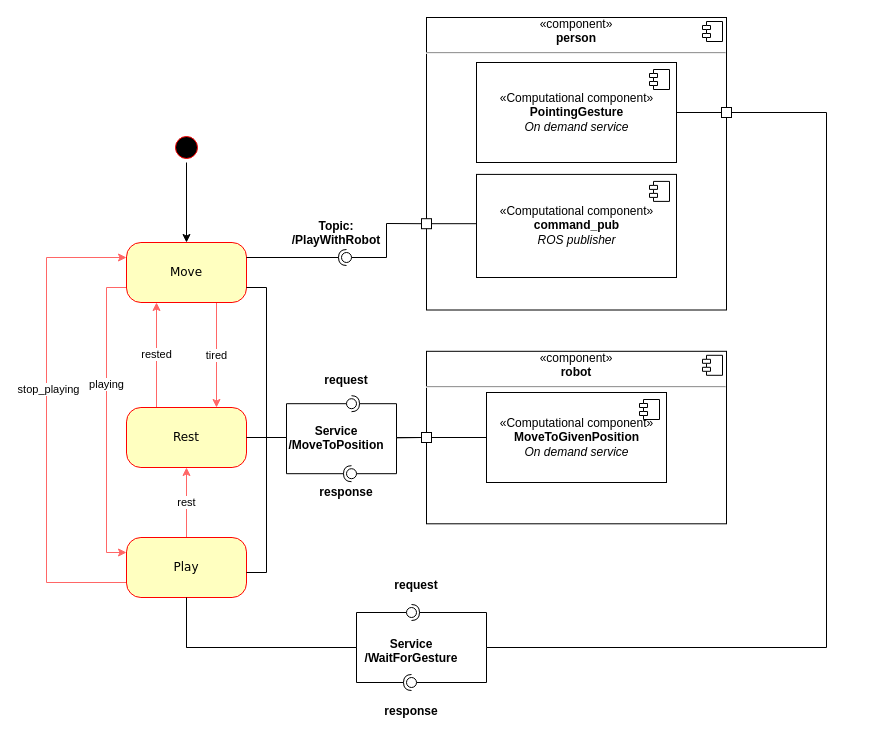
Earlier version of the draw.io diagram draw_io/state_machine.drawio (aGotelli/Andrea_Gotelli_EROLA_Assignment). Source tidied: cells renumbered, new cells numbered last; positions are measured from the earlier drawing's top-left corner, leaving out a move shared by most shapes. Both pictures are drawn from the tidied source at 100%, with x=0, y=0 at pixel (46, 17).
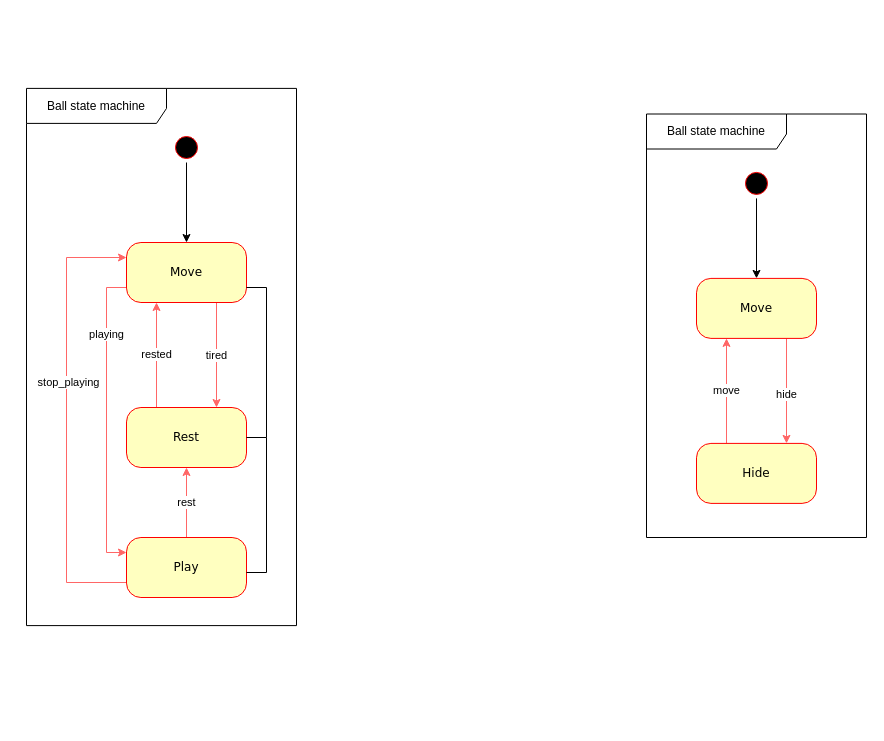
After the change.

The change refers to these unchanged cells:
```xml
<mxCell id="5" style="edgeStyle=orthogonalEdgeStyle;rounded=0;jettySize=auto;html=1;entryX=0;entryY=0.25;entryDx=0;entryDy=0;strokeColor=#FF6666;fontColor=#000000;exitX=0;exitY=0.75;exitDx=0;exitDy=0;" parent="1" edge="1" source="7" target="29">
  <mxGeometry relative="1" as="geometry" />
</mxCell>
<mxCell id="7" value="Move" style="rounded=1;whiteSpace=wrap;html=1;arcSize=24;fillColor=#ffffc0;strokeColor=#ff0000;shadow=0;comic=0;labelBackgroundColor=none;fontFamily=Verdana;fontSize=12;fontColor=#000000;align=center;" parent="1" vertex="1">
  <mxGeometry x="80" y="225" width="120" height="60" as="geometry" />
</mxCell>
<mxCell id="24" value="Rest" style="rounded=1;whiteSpace=wrap;html=1;arcSize=24;fillColor=#ffffc0;strokeColor=#ff0000;shadow=0;comic=0;labelBackgroundColor=none;fontFamily=Verdana;fontSize=12;fontColor=#000000;align=center;" parent="1" vertex="1">
  <mxGeometry x="80" y="390" width="120" height="60" as="geometry" />
</mxCell>
<mxCell id="29" value="Play" style="rounded=1;whiteSpace=wrap;html=1;arcSize=24;fillColor=#ffffc0;strokeColor=#ff0000;shadow=0;comic=0;labelBackgroundColor=none;fontFamily=Verdana;fontSize=12;fontColor=#000000;align=center;" parent="1" vertex="1">
  <mxGeometry x="80" y="520" width="120" height="60" as="geometry" />
</mxCell>
```

Change to the diagram source:
```diff
@@
     <mxCell id="6" value="playing" style="edgeLabel;html=1;align=center;verticalAlign=middle;fontColor=#000000;" parent="5" vertex="1">
-      <mxGeometry x="-0.24" y="-1" relative="1" as="geometry" />
+      <mxGeometry x="-0.24" y="-1" relative="1" as="geometry">
+        <mxPoint y="-49.9" as="offset" />
+      </mxGeometry>
     </mxCell>
@@
-    <mxCell id="8" value="&lt;div style=&quot;text-align: center&quot;&gt;&lt;span&gt;«component»&lt;/span&gt;&lt;/div&gt;&lt;b&gt;&lt;div style=&quot;text-align: center&quot;&gt;robot&lt;/div&gt;&lt;/b&gt;&lt;hr&gt;&lt;p style=&quot;margin: 0px ; margin-left: 8px&quot;&gt;&lt;br&gt;&lt;/p&gt;" style="align=left;overflow=fill;html=1;" parent="1" vertex="1">
-      <mxGeometry x="380" y="333.8" width="300" height="172.5" as="geometry" />
-    </mxCell>
-    <mxCell id="9" style="shape=component;jettyWidth=8;jettyHeight=4;" parent="8" vertex="1">
-      <mxGeometry x="1" width="20" height="20" relative="1" as="geometry">
-        <mxPoint x="-24" y="4" as="offset" />
-      </mxGeometry>
-    </mxCell>
-    <mxCell id="10" value="«Computational component»&lt;br&gt;&lt;font style=&quot;font-size: 12px&quot;&gt;&lt;b&gt;MoveToGivenPosition&lt;/b&gt;&lt;br&gt;&lt;i&gt;On demand service&lt;/i&gt;&lt;br&gt;&lt;/font&gt;" style="html=1;" parent="1" vertex="1">
-      <mxGeometry x="440" y="375" width="180" height="90" as="geometry" />
-    </mxCell>
-    <mxCell id="11" style="shape=module;jettyWidth=8;jettyHeight=4;" parent="10" vertex="1">
-      <mxGeometry x="1" width="20" height="20" relative="1" as="geometry">
-        <mxPoint x="-27" y="7" as="offset" />
-      </mxGeometry>
-    </mxCell>
-    <mxCell id="12" style="rounded=0;whiteSpace=wrap;html=1;" parent="1" vertex="1">
-      <mxGeometry x="375" y="415" width="10" height="10" as="geometry" />
-    </mxCell>
-    <mxCell id="13" style="rounded=0;jettySize=auto;html=1;endArrow=none;endFill=0;exitX=0;exitY=0.5;exitDx=0;exitDy=0;" parent="1" edge="1" source="12" target="15">
-      <mxGeometry relative="1" as="geometry">
-        <Array as="points">
-          <mxPoint x="350" y="420.2" />
-          <mxPoint x="350" y="456.2" />
-        </Array>
-      </mxGeometry>
-    </mxCell>
-    <mxCell id="14" style="rounded=0;jettySize=auto;html=1;endArrow=halfCircle;endFill=0;entryX=0.5;entryY=0.5;entryDx=0;entryDy=0;endSize=6;strokeWidth=1;exitX=1;exitY=0.5;exitDx=0;exitDy=0;" parent="1" edge="1" source="24" target="15">
-      <mxGeometry relative="1" as="geometry">
-        <Array as="points">
-          <mxPoint x="240" y="420" />
-          <mxPoint x="240" y="456.2" />
-        </Array>
-      </mxGeometry>
-    </mxCell>
-    <mxCell id="15" style="ellipse;whiteSpace=wrap;html=1;fontFamily=Helvetica;fontSize=12;fontColor=#000000;align=center;strokeColor=#000000;fillColor=#ffffff;points=[];" parent="1" vertex="1">
-      <mxGeometry x="300" y="451.2" width="10" height="10" as="geometry" />
-    </mxCell>
-    <mxCell id="16" style="line;strokeWidth=1;fillColor=none;align=left;verticalAlign=middle;spacingTop=-1;spacingLeft=3;spacingRight=3;labelPosition=right;" parent="1" vertex="1">
-      <mxGeometry x="385" y="416" width="55" height="8" as="geometry" />
-    </mxCell>
-    <mxCell id="17" value="Service&#10;/MoveToPosition" style="text;align=center;fontStyle=1;verticalAlign=middle;spacingLeft=3;spacingRight=3;strokeColor=none;" parent="1" vertex="1">
-      <mxGeometry x="250" y="407" width="80" height="26" as="geometry" />
-    </mxCell>
-    <mxCell id="18" value="response" style="text;align=center;fontStyle=1;verticalAlign=middle;spacingLeft=3;spacingRight=3;strokeColor=none;fontColor=#000000;" parent="1" vertex="1">
-      <mxGeometry x="260" y="461.2" width="80" height="26" as="geometry" />
-    </mxCell>
-    <mxCell id="19" value="request" style="text;align=center;fontStyle=1;verticalAlign=middle;spacingLeft=3;spacingRight=3;strokeColor=none;fontColor=#000000;" parent="1" vertex="1">
-      <mxGeometry x="260" y="349" width="80" height="26" as="geometry" />
-    </mxCell>
-    <mxCell id="20" style="rounded=0;jettySize=auto;html=1;endArrow=none;endFill=0;fontColor=#000000;exitX=1;exitY=0.5;exitDx=0;exitDy=0;" parent="1" edge="1" source="24" target="22">
-      <mxGeometry relative="1" as="geometry">
-        <Array as="points">
-          <mxPoint x="240" y="420" />
-          <mxPoint x="240" y="386.2" />
-        </Array>
-      </mxGeometry>
-    </mxCell>
-    <mxCell id="21" style="rounded=0;jettySize=auto;html=1;endArrow=halfCircle;endFill=0;entryX=0.5;entryY=0.5;entryDx=0;entryDy=0;endSize=6;strokeWidth=1;fontColor=#000000;exitX=0;exitY=0.5;exitDx=0;exitDy=0;" parent="1" edge="1" source="12" target="22">
-      <mxGeometry relative="1" as="geometry">
-        <Array as="points">
-          <mxPoint x="350" y="420.2" />
-          <mxPoint x="350" y="386.2" />
-        </Array>
-      </mxGeometry>
-    </mxCell>
-    <mxCell id="22" style="ellipse;whiteSpace=wrap;html=1;fontFamily=Helvetica;fontSize=12;fontColor=#000000;align=center;strokeColor=#000000;fillColor=#ffffff;points=[];" parent="1" vertex="1">
-      <mxGeometry x="300" y="381.2" width="10" height="10" as="geometry" />
-    </mxCell>
@@
     <mxCell id="26" style="edgeStyle=orthogonalEdgeStyle;rounded=0;jettySize=auto;html=1;entryX=0;entryY=0.25;entryDx=0;entryDy=0;strokeColor=#FF6666;fontColor=#000000;exitX=0;exitY=0.75;exitDx=0;exitDy=0;" parent="1" edge="1" source="29" target="7">
       <mxGeometry relative="1" as="geometry">
         <Array as="points">
-          <mxPoint y="565" />
-          <mxPoint y="240" />
+          <mxPoint x="20" y="565" />
+          <mxPoint x="20" y="240" />
         </Array>
       </mxGeometry>
     </mxCell>
     <mxCell id="27" value="stop_playing" style="edgeLabel;html=1;align=center;verticalAlign=middle;fontColor=#000000;" parent="26" vertex="1">
-      <mxGeometry x="0.13" y="-1" relative="1" as="geometry" />
+      <mxGeometry x="0.13" y="-1" relative="1" as="geometry">
+        <mxPoint y="-9.7" as="offset" />
+      </mxGeometry>
     </mxCell>
@@
-    <mxCell id="31" style="rounded=0;jettySize=auto;html=1;endArrow=none;endFill=0;fontColor=#000000;exitX=0;exitY=0.5;exitDx=0;exitDy=0;" parent="1" edge="1" source="38" target="33">
-      <mxGeometry relative="1" as="geometry">
-        <Array as="points">
-          <mxPoint x="340" y="206" />
-          <mxPoint x="340" y="240" />
-        </Array>
-      </mxGeometry>
-    </mxCell>
-    <mxCell id="32" style="rounded=0;jettySize=auto;html=1;endArrow=halfCircle;endFill=0;entryX=0.5;entryY=0.5;entryDx=0;entryDy=0;endSize=6;strokeWidth=1;fontColor=#000000;exitX=1;exitY=0.25;exitDx=0;exitDy=0;" parent="1" edge="1" source="7" target="33">
-      <mxGeometry relative="1" as="geometry" />
-    </mxCell>
-    <mxCell id="33" style="ellipse;whiteSpace=wrap;html=1;fontFamily=Helvetica;fontSize=12;fontColor=#000000;align=center;strokeColor=#000000;fillColor=#ffffff;points=[];" parent="1" vertex="1">
-      <mxGeometry x="295" y="235" width="10" height="10" as="geometry" />
-    </mxCell>
-    <mxCell id="34" value="&lt;div style=&quot;text-align: center&quot;&gt;&lt;span&gt;«component»&lt;/span&gt;&lt;/div&gt;&lt;b&gt;&lt;div style=&quot;text-align: center&quot;&gt;person&lt;/div&gt;&lt;/b&gt;&lt;hr&gt;&lt;p style=&quot;margin: 0px ; margin-left: 8px&quot;&gt;&lt;br&gt;&lt;/p&gt;" style="align=left;overflow=fill;html=1;" parent="1" vertex="1">
-      <mxGeometry x="380" width="300" height="292.5" as="geometry" />
-    </mxCell>
-    <mxCell id="35" style="shape=component;jettyWidth=8;jettyHeight=4;" parent="34" vertex="1">
-      <mxGeometry x="1" width="20" height="20" relative="1" as="geometry">
-        <mxPoint x="-24" y="4" as="offset" />
-      </mxGeometry>
-    </mxCell>
-    <mxCell id="36" value="«Computational component»&lt;br&gt;&lt;font&gt;&lt;span&gt;&lt;font style=&quot;font-size: 12px&quot;&gt;&lt;b&gt;command_pub&lt;/b&gt;&lt;/font&gt;&lt;br&gt;&lt;/span&gt;&lt;i&gt;ROS publisher&lt;/i&gt;&lt;br&gt;&lt;/font&gt;" style="html=1;" parent="1" vertex="1">
-      <mxGeometry x="430" y="156.9" width="200" height="103.1" as="geometry" />
-    </mxCell>
-    <mxCell id="37" style="shape=module;jettyWidth=8;jettyHeight=4;" parent="36" vertex="1">
-      <mxGeometry x="1" width="20" height="20" relative="1" as="geometry">
-        <mxPoint x="-27" y="7" as="offset" />
-      </mxGeometry>
-    </mxCell>
-    <mxCell id="38" style="rounded=0;whiteSpace=wrap;html=1;" parent="1" vertex="1">
-      <mxGeometry x="375" y="201.2" width="10" height="10" as="geometry" />
-    </mxCell>
-    <mxCell id="39" style="line;strokeWidth=1;fillColor=none;align=left;verticalAlign=middle;spacingTop=-1;spacingLeft=3;spacingRight=3;labelPosition=right;" parent="1" vertex="1">
-      <mxGeometry x="385" y="202.2" width="45" height="8" as="geometry" />
-    </mxCell>
-    <mxCell id="40" value="Topic:&#10;/PlayWithRobot" style="text;align=center;fontStyle=1;verticalAlign=middle;spacingLeft=3;spacingRight=3;strokeColor=none;fontColor=#000000;" parent="1" vertex="1">
-      <mxGeometry x="250" y="202.2" width="80" height="26" as="geometry" />
-    </mxCell>
-    <mxCell id="41" value="«Computational component»&lt;br&gt;&lt;font style=&quot;font-size: 12px&quot;&gt;&lt;b&gt;PointingGesture&lt;/b&gt;&lt;br&gt;&lt;i&gt;On demand service&lt;/i&gt;&lt;br&gt;&lt;/font&gt;" style="html=1;" parent="1" vertex="1">
-      <mxGeometry x="430" y="45" width="200" height="100" as="geometry" />
-    </mxCell>
-    <mxCell id="42" style="shape=module;jettyWidth=8;jettyHeight=4;" parent="41" vertex="1">
-      <mxGeometry x="1" width="20" height="20" relative="1" as="geometry">
-        <mxPoint x="-27" y="7" as="offset" />
-      </mxGeometry>
-    </mxCell>
-    <mxCell id="43" style="rounded=0;jettySize=auto;html=1;endArrow=none;endFill=0;strokeColor=#000000;fontColor=#000000;" parent="1" edge="1" target="45">
-      <mxGeometry relative="1" as="geometry">
-        <mxPoint x="140" y="630" as="sourcePoint" />
-        <Array as="points">
-          <mxPoint x="310" y="630" />
-          <mxPoint x="310" y="595" />
-        </Array>
-      </mxGeometry>
-    </mxCell>
-    <mxCell id="44" style="rounded=0;jettySize=auto;html=1;endArrow=halfCircle;endFill=0;entryX=0.5;entryY=0.5;entryDx=0;entryDy=0;endSize=6;strokeWidth=1;fontColor=#000000;exitX=1;exitY=0.5;exitDx=0;exitDy=0;" parent="1" edge="1" source="46" target="45">
-      <mxGeometry relative="1" as="geometry">
-        <Array as="points">
-          <mxPoint x="780" y="95" />
-          <mxPoint x="780" y="630" />
-          <mxPoint x="440" y="630" />
-          <mxPoint x="440" y="595" />
-        </Array>
-      </mxGeometry>
-    </mxCell>
-    <mxCell id="45" style="ellipse;whiteSpace=wrap;html=1;fontFamily=Helvetica;fontSize=12;fontColor=#000000;align=center;strokeColor=#000000;fillColor=#ffffff;points=[];" parent="1" vertex="1">
-      <mxGeometry x="360" y="590" width="10" height="10" as="geometry" />
-    </mxCell>
-    <mxCell id="46" style="rounded=0;whiteSpace=wrap;html=1;" parent="1" vertex="1">
-      <mxGeometry x="675" y="90" width="10" height="10" as="geometry" />
-    </mxCell>
-    <mxCell id="47" style="rounded=0;jettySize=auto;html=1;endArrow=none;endFill=0;strokeColor=#000000;fontColor=#000000;entryX=0;entryY=0.5;entryDx=0;entryDy=0;exitX=1;exitY=0.5;exitDx=0;exitDy=0;" parent="1" edge="1" source="41" target="46">
-      <mxGeometry relative="1" as="geometry" />
-    </mxCell>
-    <mxCell id="48" style="rounded=0;jettySize=auto;html=1;endArrow=none;endFill=0;strokeColor=#000000;fontColor=#000000;" parent="1" edge="1" target="50">
-      <mxGeometry relative="1" as="geometry">
-        <mxPoint x="440" y="630" as="sourcePoint" />
-        <Array as="points">
-          <mxPoint x="440" y="665" />
-        </Array>
-      </mxGeometry>
-    </mxCell>
-    <mxCell id="49" style="rounded=0;jettySize=auto;html=1;endArrow=halfCircle;endFill=0;entryX=0.5;entryY=0.5;entryDx=0;entryDy=0;endSize=6;strokeWidth=1;fontColor=#000000;exitX=0.5;exitY=1;exitDx=0;exitDy=0;" parent="1" edge="1" source="29" target="50">
-      <mxGeometry relative="1" as="geometry">
-        <Array as="points">
-          <mxPoint x="140" y="630" />
-          <mxPoint x="310" y="630" />
-          <mxPoint x="310" y="665" />
-        </Array>
-      </mxGeometry>
-    </mxCell>
-    <mxCell id="50" style="ellipse;whiteSpace=wrap;html=1;fontFamily=Helvetica;fontSize=12;fontColor=#000000;align=center;strokeColor=#000000;fillColor=#ffffff;points=[];" parent="1" vertex="1">
-      <mxGeometry x="360" y="660" width="10" height="10" as="geometry" />
-    </mxCell>
-    <mxCell id="51" value="Service&#10;/WaitForGesture" style="text;align=center;fontStyle=1;verticalAlign=middle;spacingLeft=3;spacingRight=3;strokeColor=none;" parent="1" vertex="1">
-      <mxGeometry x="325" y="620" width="80" height="26" as="geometry" />
-    </mxCell>
-    <mxCell id="52" value="request" style="text;align=center;fontStyle=1;verticalAlign=middle;spacingLeft=3;spacingRight=3;strokeColor=none;fontColor=#000000;" parent="1" vertex="1">
-      <mxGeometry x="330" y="554" width="80" height="26" as="geometry" />
-    </mxCell>
-    <mxCell id="53" value="response" style="text;align=center;fontStyle=1;verticalAlign=middle;spacingLeft=3;spacingRight=3;strokeColor=none;fontColor=#000000;" parent="1" vertex="1">
-      <mxGeometry x="325" y="680" width="80" height="26" as="geometry" />
-    </mxCell>
+    <mxCell id="54" value="Ball state machine" style="shape=umlFrame;whiteSpace=wrap;html=1;width=140;height=35;" parent="1" vertex="1">
+      <mxGeometry x="600" y="96.5" width="220" height="423.5" as="geometry" />
+    </mxCell>
+    <mxCell id="55" style="edgeStyle=orthogonalEdgeStyle;rounded=0;jettySize=auto;html=1;entryX=0.5;entryY=0;entryDx=0;entryDy=0;" parent="1" edge="1" source="56" target="58">
+      <mxGeometry relative="1" as="geometry" />
+    </mxCell>
+    <mxCell id="56" style="ellipse;html=1;shape=startState;fillColor=#000000;strokeColor=#ff0000;rounded=1;shadow=0;comic=0;labelBackgroundColor=none;fontFamily=Verdana;fontSize=12;fontColor=#000000;align=center;direction=south;" parent="1" vertex="1">
+      <mxGeometry x="695" y="150.9" width="30" height="30" as="geometry" />
+    </mxCell>
+    <mxCell id="57" value="hide" style="edgeStyle=orthogonalEdgeStyle;rounded=0;jettySize=auto;html=1;fontColor=#000000;strokeColor=#FF6666;exitX=0.75;exitY=1;exitDx=0;exitDy=0;entryX=0.75;entryY=0;entryDx=0;entryDy=0;" parent="1" edge="1" source="58" target="60">
+      <mxGeometry x="0.07" relative="1" as="geometry">
+        <Array as="points">
+          <mxPoint x="740" y="376.9" />
+          <mxPoint x="740" y="376.9" />
+        </Array>
+      </mxGeometry>
+    </mxCell>
+    <mxCell id="58" value="Move" style="rounded=1;whiteSpace=wrap;html=1;arcSize=24;fillColor=#ffffc0;strokeColor=#ff0000;shadow=0;comic=0;labelBackgroundColor=none;fontFamily=Verdana;fontSize=12;fontColor=#000000;align=center;" parent="1" vertex="1">
+      <mxGeometry x="650" y="260.9" width="120" height="60" as="geometry" />
+    </mxCell>
+    <mxCell id="59" value="move" style="edgeStyle=orthogonalEdgeStyle;rounded=0;jettySize=auto;html=1;entryX=0.25;entryY=1;entryDx=0;entryDy=0;strokeColor=#FF6666;fontColor=#000000;exitX=0.25;exitY=0;exitDx=0;exitDy=0;" parent="1" edge="1" source="60" target="58">
+      <mxGeometry relative="1" as="geometry" />
+    </mxCell>
+    <mxCell id="60" value="Hide" style="rounded=1;whiteSpace=wrap;html=1;arcSize=24;fillColor=#ffffc0;strokeColor=#ff0000;shadow=0;comic=0;labelBackgroundColor=none;fontFamily=Verdana;fontSize=12;fontColor=#000000;align=center;" parent="1" vertex="1">
+      <mxGeometry x="650" y="425.9" width="120" height="60" as="geometry" />
+    </mxCell>
+    <mxCell id="61" value="Ball state machine" style="shape=umlFrame;whiteSpace=wrap;html=1;width=140;height=35;" parent="1" vertex="1">
+      <mxGeometry x="-20" y="70.9" width="270" height="537.2" as="geometry" />
+    </mxCell>
```
